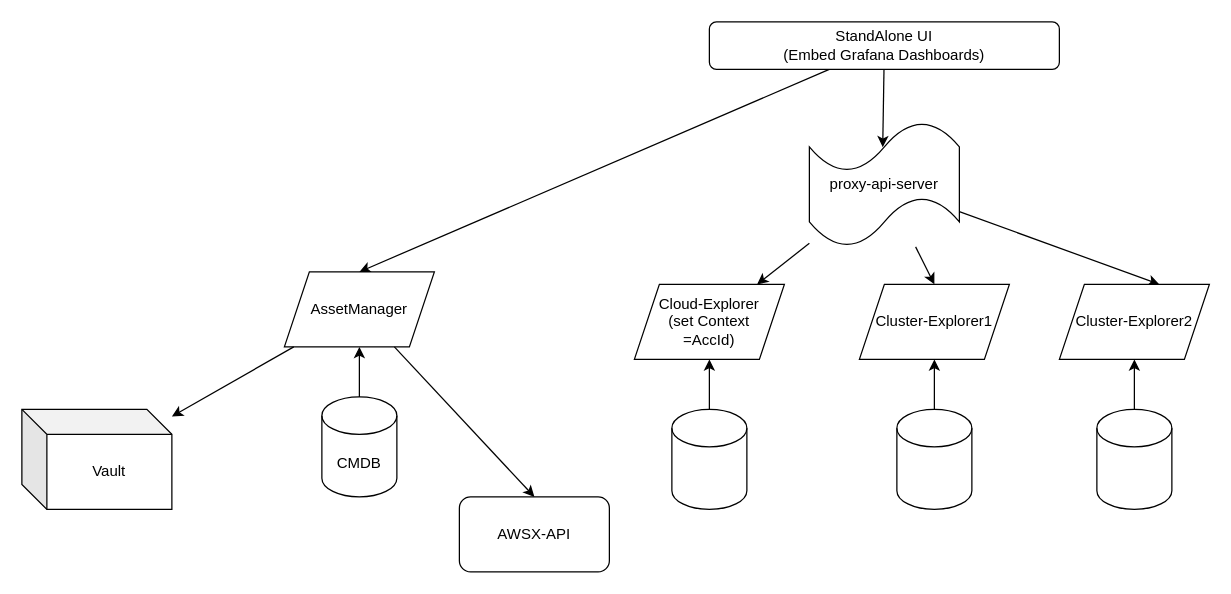
Before: page "Phase1" (1 of 2) of LayeredArchitecture.drawio in ptrsoft/ptr-architectures-doc, a draw.io diagram. Source tidied: cells renumbered, new cells numbered last; positions are measured from the earlier drawing's top-left corner, leaving out a move shared by most shapes. Both pictures are drawn from the tidied source at 125%, with x=0, y=0 at pixel (21, 21).
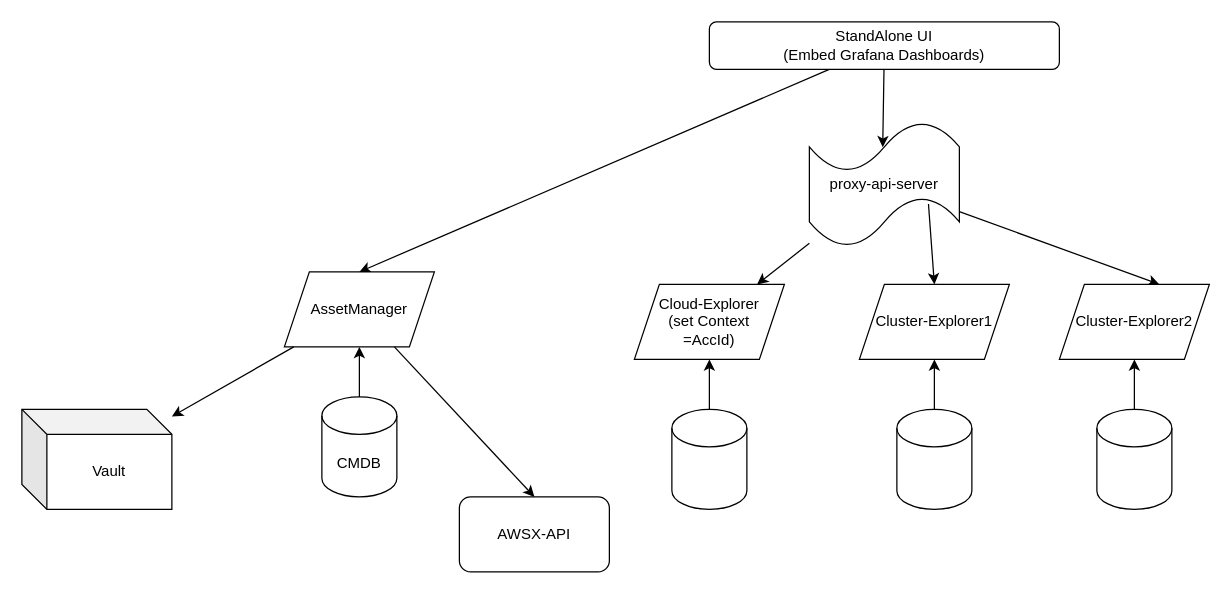
Above is the later version.

Commit message:
Added the phase2 arch

The change refers to these unchanged cells:
```xml
<mxCell id="12" value="proxy-api-server" style="shape=tape;whiteSpace=wrap;html=1;" parent="1" vertex="1">
  <mxGeometry x="630" y="80" width="120" height="100" as="geometry" />
</mxCell>
<mxCell id="19" value="Cluster-Explorer1" style="shape=parallelogram;perimeter=parallelogramPerimeter;whiteSpace=wrap;html=1;fixedSize=1;" parent="18" vertex="1">
  <mxGeometry width="120" height="60" as="geometry" />
</mxCell>
```

Diff of the diagram source:
```diff
@@
-    <mxCell id="10" style="edgeStyle=none;html=1;entryX=0.5;entryY=0;entryDx=0;entryDy=0;" parent="1" edge="1" source="12" target="19">
+    <mxCell id="10" style="edgeStyle=none;html=1;entryX=0.5;entryY=0;entryDx=0;entryDy=0;exitX=0.794;exitY=0.657;exitDx=0;exitDy=0;exitPerimeter=0;" parent="1" edge="1" source="12" target="19">
       <mxGeometry relative="1" as="geometry" />
     </mxCell>
```
